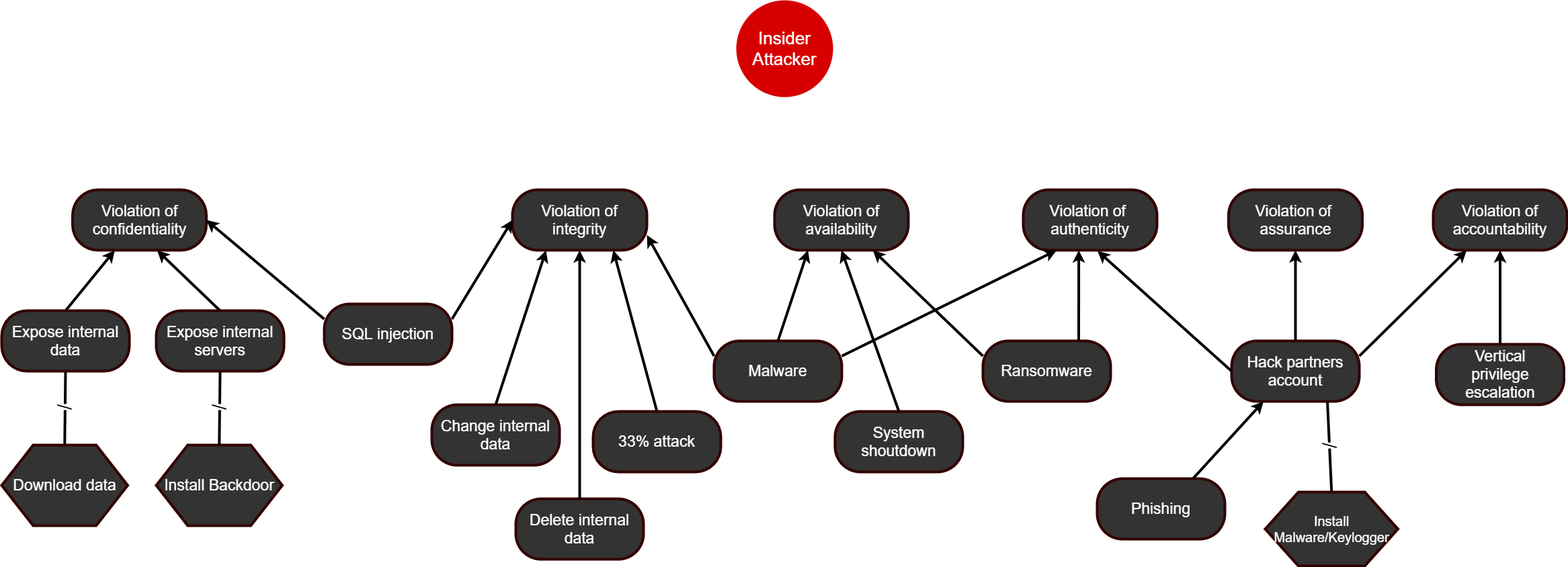
Before: png/Insider attack trees.png, a diagram exported from draw.io (marzdeveloper/SoftwareCybersecurity). Source tidied: cells renumbered, new cells last; positions are measured from the earlier drawing's top-left corner, leaving out a move shared by most shapes.
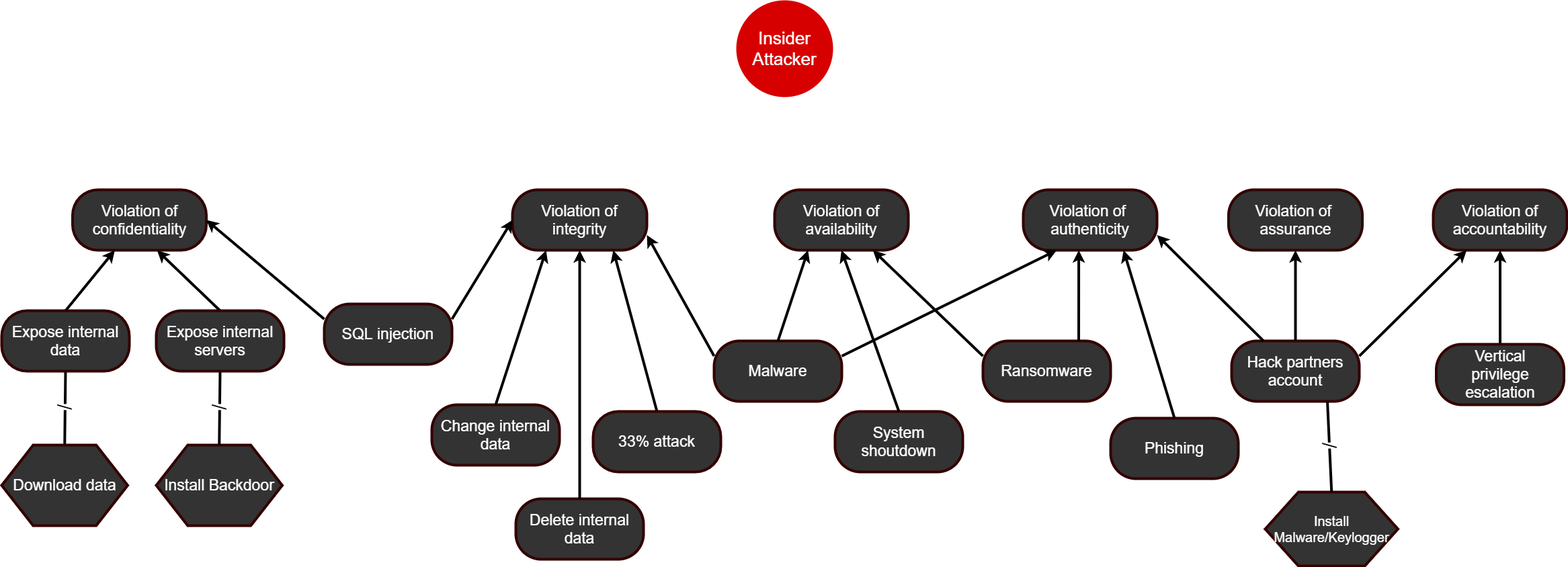
The same diagram one commit later.

The edit, as a diff of the source:
```diff
@@ -65,7 +65,7 @@
     <mxCell id="22" style="endArrow=classic;html=1;strokeColor=#000000;strokeWidth=4;fontColor=#FFD966;exitX=0.5;exitY=0;exitDx=0;exitDy=0;entryX=0.5;entryY=1;entryDx=0;entryDy=0;" parent="1" edge="1" source="6" target="21">
       <mxGeometry relative="1" as="geometry" />
     </mxCell>
-    <mxCell id="23" style="endArrow=classic;html=1;strokeColor=#000000;strokeWidth=4;fontColor=#FFD966;exitX=0;exitY=0.5;exitDx=0;exitDy=0;entryX=0.555;entryY=1.011;entryDx=0;entryDy=0;entryPerimeter=0;" parent="1" edge="1" source="6" target="20">
+    <mxCell id="23" style="endArrow=classic;html=1;strokeColor=#000000;strokeWidth=4;fontColor=#FFD966;exitX=0.25;exitY=0;exitDx=0;exitDy=0;entryX=1;entryY=0.75;entryDx=0;entryDy=0;" parent="1" edge="1" source="6" target="20">
       <mxGeometry relative="1" as="geometry" />
     </mxCell>
     <mxCell id="24" value="&lt;font color=&quot;#ffffff&quot;&gt;&lt;span style=&quot;font-size: 23px&quot;&gt;System shoutdown&lt;/span&gt;&lt;/font&gt;" style="rounded=1;whiteSpace=wrap;html=1;strokeColor=#330000;strokeWidth=4;fillColor=#333333;gradientColor=none;arcSize=42;" parent="1" vertex="1">
@@ -84,7 +84,7 @@
       <mxGeometry x="1460" y="505" width="190" height="90" as="geometry" />
     </mxCell>
     <mxCell id="29" value="&lt;span style=&quot;color: rgb(255 , 255 , 255) ; font-size: 23px&quot;&gt;Phishing&lt;/span&gt;&lt;font color=&quot;#ffffff&quot;&gt;&lt;span style=&quot;font-size: 23px&quot;&gt;&lt;br&gt;&lt;/span&gt;&lt;/font&gt;" style="rounded=1;whiteSpace=wrap;html=1;strokeColor=#330000;strokeWidth=4;fillColor=#333333;gradientColor=none;arcSize=42;" parent="1" vertex="1">
-      <mxGeometry x="1630" y="710" width="190" height="90" as="geometry" />
+      <mxGeometry x="1650" y="620" width="190" height="90" as="geometry" />
     </mxCell>
     <mxCell id="30" style="endArrow=classic;html=1;strokeColor=#000000;strokeWidth=4;fontColor=#FFD966;entryX=0.25;entryY=1;entryDx=0;entryDy=0;exitX=0.5;exitY=0;exitDx=0;exitDy=0;" parent="1" edge="1" source="27" target="19">
       <mxGeometry relative="1" as="geometry" />
@@ -110,7 +110,7 @@
     <mxCell id="37" value="&lt;font style=&quot;font-size: 23px&quot;&gt;Download data&lt;/font&gt;" style="shape=hexagon;perimeter=hexagonPerimeter2;whiteSpace=wrap;html=1;fillColor=#333333;fontColor=#FFFFFF;rounded=0;strokeWidth=4;strokeColor=#330000;" parent="1" vertex="1">
       <mxGeometry y="660" width="187.5" height="120" as="geometry" />
     </mxCell>
-    <mxCell id="38" style="endArrow=classic;html=1;strokeColor=#000000;strokeWidth=4;fontColor=#FFD966;entryX=0.25;entryY=1;entryDx=0;entryDy=0;exitX=0.75;exitY=0;exitDx=0;exitDy=0;" parent="1" edge="1" source="29" target="6">
+    <mxCell id="38" style="endArrow=classic;html=1;strokeColor=#000000;strokeWidth=4;fontColor=#FFD966;entryX=0.75;entryY=1;entryDx=0;entryDy=0;exitX=0.5;exitY=0;exitDx=0;exitDy=0;" parent="1" edge="1" source="29" target="20">
       <mxGeometry relative="1" as="geometry" />
     </mxCell>
     <mxCell id="39" value="&lt;font color=&quot;#ffffff&quot;&gt;&lt;span style=&quot;font-size: 23px&quot;&gt;Change internal data&lt;/span&gt;&lt;/font&gt;" style="rounded=1;whiteSpace=wrap;html=1;strokeColor=#330000;strokeWidth=4;fillColor=#333333;gradientColor=none;arcSize=42;" parent="1" vertex="1">
```
